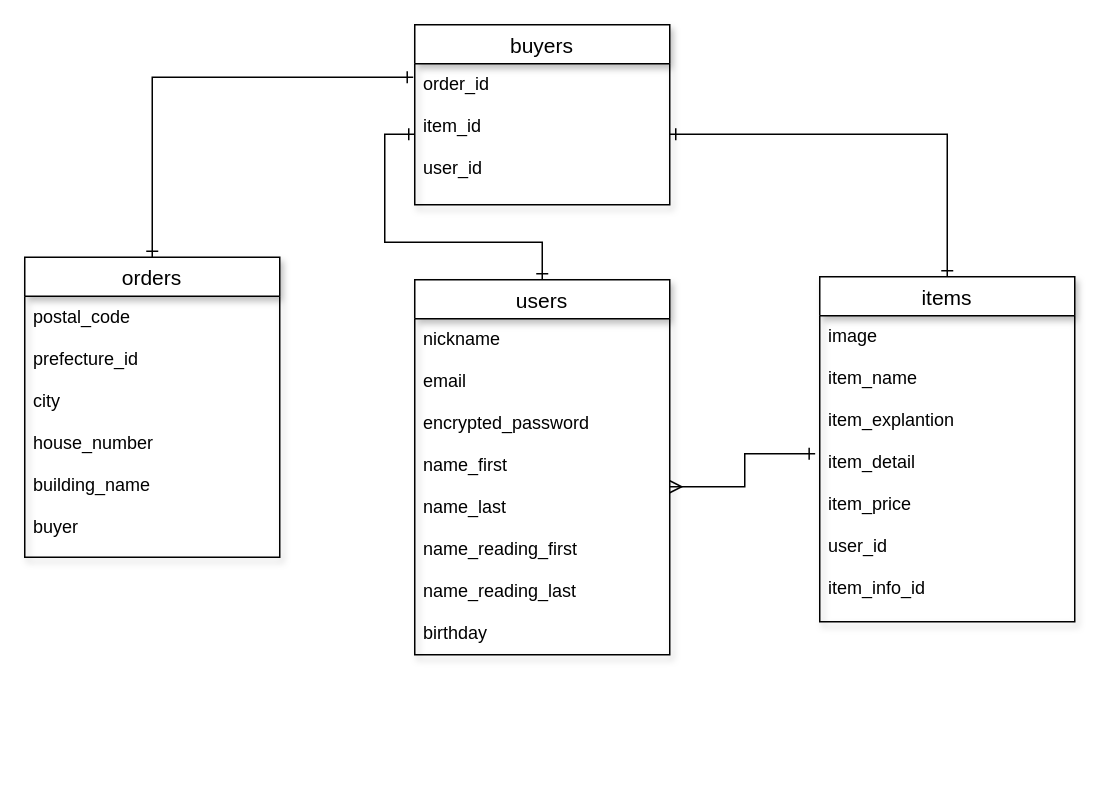
This is er.dio from takuto95/furima-31488, a draw.io file, before an edit. Source tidied: cells renumbered, new cells numbered last; positions are measured from the earlier drawing's top-left corner, leaving out a move shared by most shapes. Both pictures are drawn from the tidied source at 150%, with x=0, y=0 at pixel (24, 24).
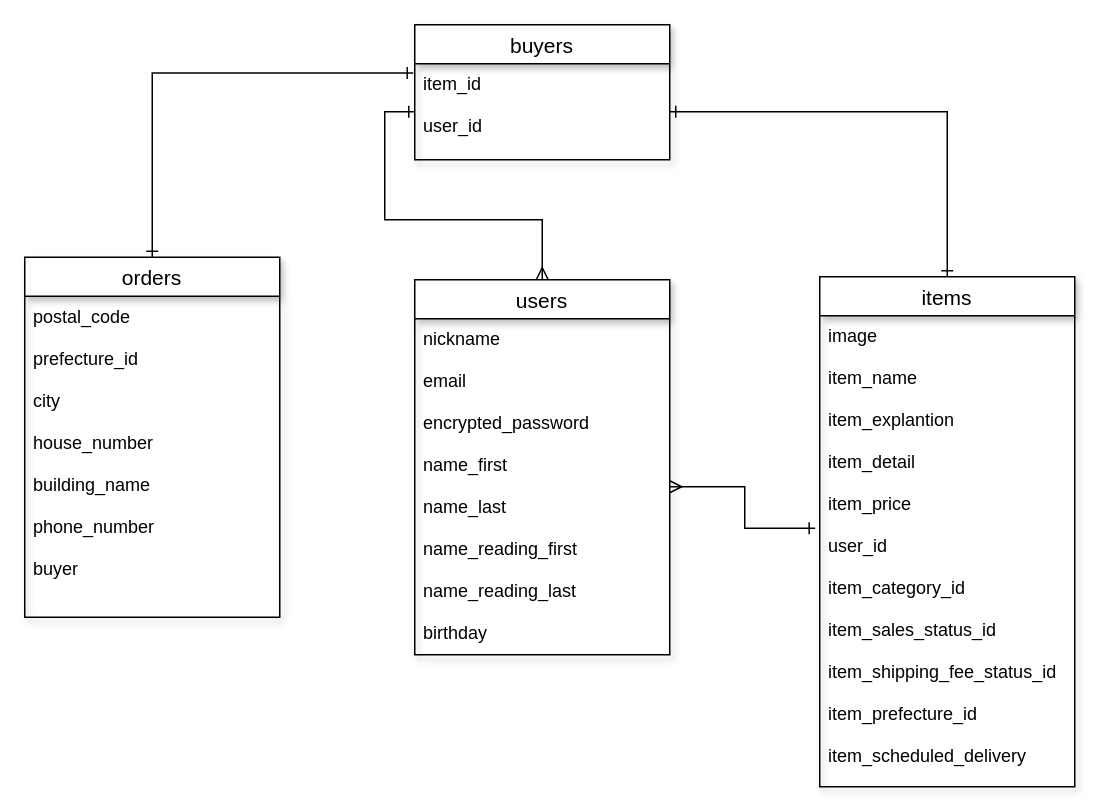
Above is the later version.

What changed in the source:
```diff
@@
 <mxGraphModel>
   <root>
     <mxCell id="0" />
     <mxCell id="1" parent="0" />
     <mxCell id="2" value="users" style="swimlane;fontStyle=0;horizontal=1;startSize=26;align=center;fontSize=14;shadow=1;direction=east;" parent="1" vertex="1">
       <mxGeometry x="260" y="170" width="170" height="250" as="geometry" />
     </mxCell>
     <mxCell id="3" value="nickname&#10;&#10;email&#10;&#10;encrypted_password&#10;&#10;name_first&#10;&#10;name_last&#10;&#10;name_reading_first&#10;&#10;name_reading_last&#10;&#10;birthday&#10;" style="text;strokeColor=none;fillColor=none;spacingLeft=4;spacingRight=4;overflow=hidden;points=[[0,0.5],[1,0.5]];portConstraint=eastwest;fontSize=12;" parent="2" vertex="1">
       <mxGeometry y="26" width="170" height="224" as="geometry" />
     </mxCell>
     <mxCell id="4" style="edgeStyle=orthogonalEdgeStyle;rounded=0;jettySize=auto;html=1;exitX=0.5;exitY=0;exitDx=0;exitDy=0;entryX=1;entryY=0.5;entryDx=0;entryDy=0;endArrow=ERone;endFill=0;startArrow=ERone;startFill=0;" parent="1" edge="1" source="5" target="11">
       <mxGeometry relative="1" as="geometry" />
     </mxCell>
     <mxCell id="5" value="items" style="swimlane;fontStyle=0;horizontal=1;startSize=26;align=center;fontSize=14;shadow=1;direction=east;" parent="1" vertex="1">
-      <mxGeometry x="530" y="168" width="170" height="230" as="geometry" />
+      <mxGeometry x="530" y="168" width="170" height="340" as="geometry" />
     </mxCell>
-    <mxCell id="6" value="image&#10;&#10;item_name&#10;&#10;item_explantion&#10;&#10;item_detail&#10;&#10;item_price&#10;&#10;user_id&#10;&#10;item_info_id" style="text;strokeColor=none;fillColor=none;spacingLeft=4;spacingRight=4;overflow=hidden;points=[[0,0.5],[1,0.5]];portConstraint=eastwest;fontSize=12;" parent="5" vertex="1">
-      <mxGeometry y="26" width="170" height="204" as="geometry" />
+    <mxCell id="6" value="image&#10;&#10;item_name&#10;&#10;item_explantion&#10;&#10;item_detail&#10;&#10;item_price&#10;&#10;user_id&#10;&#10;item_category_id&#10;&#10;item_sales_status_id&#10;&#10;item_shipping_fee_status_id&#10;&#10;item_prefecture_id&#10;&#10;item_scheduled_delivery" style="text;strokeColor=none;fillColor=none;spacingLeft=4;spacingRight=4;overflow=hidden;points=[[0,0.5],[1,0.5]];portConstraint=eastwest;fontSize=12;" parent="5" vertex="1">
+      <mxGeometry y="26" width="170" height="314" as="geometry" />
     </mxCell>
     <mxCell id="7" style="edgeStyle=orthogonalEdgeStyle;rounded=0;jettySize=auto;html=1;exitX=0.5;exitY=0;exitDx=0;exitDy=0;entryX=-0.006;entryY=0.096;entryDx=0;entryDy=0;entryPerimeter=0;startArrow=ERone;startFill=0;endArrow=ERone;endFill=0;" parent="1" edge="1" source="8" target="11">
       <mxGeometry relative="1" as="geometry" />
     </mxCell>
     <mxCell id="8" value="orders" style="swimlane;fontStyle=0;horizontal=1;startSize=26;align=center;fontSize=14;shadow=1;direction=east;" parent="1" vertex="1">
-      <mxGeometry y="155" width="170" height="200" as="geometry" />
+      <mxGeometry y="155" width="170" height="240" as="geometry" />
     </mxCell>
-    <mxCell id="9" value="postal_code&#10;&#10;prefecture_id&#10;&#10;city&#10;&#10;house_number&#10;&#10;building_name&#10;&#10;buyer" style="text;strokeColor=none;fillColor=none;spacingLeft=4;spacingRight=4;overflow=hidden;fontSize=12;" parent="8" vertex="1">
-      <mxGeometry y="26" width="170" height="174" as="geometry" />
+    <mxCell id="9" value="postal_code&#10;&#10;prefecture_id&#10;&#10;city&#10;&#10;house_number&#10;&#10;building_name&#10;&#10;phone_number&#10;&#10;buyer" style="text;strokeColor=none;fillColor=none;spacingLeft=4;spacingRight=4;overflow=hidden;fontSize=12;" parent="8" vertex="1">
+      <mxGeometry y="26" width="170" height="214" as="geometry" />
     </mxCell>
     <mxCell id="10" value="buyers" style="swimlane;fontStyle=0;horizontal=1;startSize=26;align=center;fontSize=14;shadow=1;direction=east;" parent="1" vertex="1">
-      <mxGeometry x="260" width="170" height="120" as="geometry" />
+      <mxGeometry x="260" width="170" height="90" as="geometry" />
     </mxCell>
-    <mxCell id="11" value="order_id&#10;&#10;item_id&#10;&#10;user_id" style="text;strokeColor=none;fillColor=none;spacingLeft=4;spacingRight=4;overflow=hidden;points=[[0,0.5],[1,0.5]];portConstraint=eastwest;fontSize=12;" parent="10" vertex="1">
-      <mxGeometry y="26" width="170" height="94" as="geometry" />
+    <mxCell id="11" value="item_id&#10;&#10;user_id" style="text;strokeColor=none;fillColor=none;spacingLeft=4;spacingRight=4;overflow=hidden;points=[[0,0.5],[1,0.5]];portConstraint=eastwest;fontSize=12;" parent="10" vertex="1">
+      <mxGeometry y="26" width="170" height="64" as="geometry" />
     </mxCell>
     <mxCell id="12" style="edgeStyle=orthogonalEdgeStyle;rounded=0;jettySize=auto;html=1;exitX=1;exitY=0.5;exitDx=0;exitDy=0;entryX=-0.018;entryY=0.451;entryDx=0;entryDy=0;entryPerimeter=0;startArrow=ERmany;startFill=0;endArrow=ERone;endFill=0;" parent="1" edge="1" source="3" target="6">
       <mxGeometry relative="1" as="geometry" />
     </mxCell>
-    <mxCell id="13" style="edgeStyle=orthogonalEdgeStyle;rounded=0;jettySize=auto;html=1;exitX=0;exitY=0.5;exitDx=0;exitDy=0;entryX=0.5;entryY=0;entryDx=0;entryDy=0;startArrow=ERone;startFill=0;endArrow=ERone;endFill=0;" parent="1" edge="1" source="11" target="2">
+    <mxCell id="13" style="edgeStyle=orthogonalEdgeStyle;rounded=0;jettySize=auto;html=1;exitX=0;exitY=0.5;exitDx=0;exitDy=0;entryX=0.5;entryY=0;entryDx=0;entryDy=0;startArrow=ERone;startFill=0;endArrow=ERmany;endFill=0;" parent="1" edge="1" source="11" target="2">
       <mxGeometry relative="1" as="geometry" />
     </mxCell>
   </root>
 </mxGraphModel>
```
